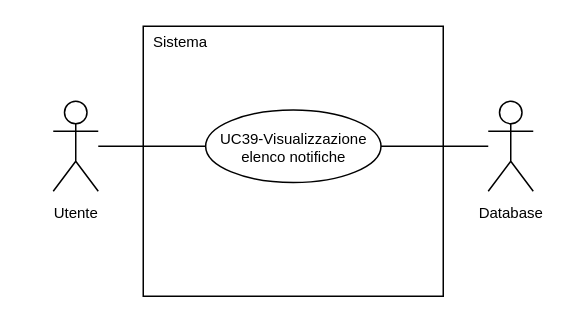
This is 2-RTB/Documenti_esterni/Analisi_dei_requisiti/draw.io/UC39.drawio from SnakeByteTeam/snakebyteteam.github.io, a draw.io file, before an edit. Source tidied: cells renumbered, new cells numbered last; positions are measured from the earlier drawing's top-left corner, leaving out a move shared by most shapes. Both pictures are drawn from the tidied source at 150%, with x=0, y=0 at pixel (52, 26).
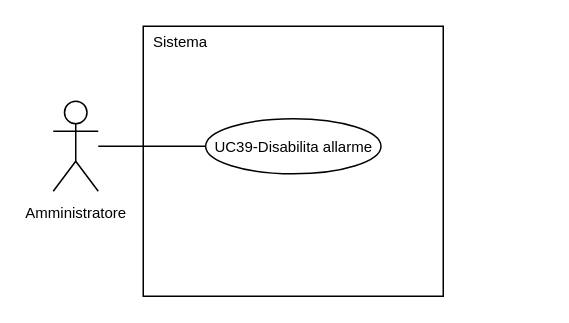
Above is the later version.

Change to the diagram source:
```diff
@@
 <mxGraphModel>
   <root>
     <mxCell id="0" />
     <mxCell id="1" parent="0" />
-    <mxCell id="2" value="&lt;font style=&quot;font-size: 10px; line-height: 100%;&quot;&gt;Utente&lt;/font&gt;" style="shape=umlActor;verticalLabelPosition=bottom;verticalAlign=top;html=1;outlineConnect=0;" parent="1" vertex="1">
+    <mxCell id="2" value="&lt;font style=&quot;font-size: 10px; line-height: 100%;&quot;&gt;Amministratore&lt;/font&gt;" style="shape=umlActor;verticalLabelPosition=bottom;verticalAlign=top;html=1;outlineConnect=0;" parent="1" vertex="1">
       <mxGeometry y="50" width="30" height="60" as="geometry" />
     </mxCell>
     <mxCell id="3" style="rounded=0;whiteSpace=wrap;html=1;" parent="1" vertex="1">
       <mxGeometry x="60" width="200" height="180" as="geometry" />
     </mxCell>
     <mxCell id="4" style="edgeStyle=orthogonalEdgeStyle;rounded=0;jettySize=auto;html=1;exitX=0;exitY=0.5;exitDx=0;exitDy=0;endArrow=none;endFill=0;" parent="1" edge="1" source="5" target="2">
       <mxGeometry relative="1" as="geometry" />
     </mxCell>
-    <mxCell id="5" value="&lt;div style=&quot;line-height: 100%;&quot;&gt;&lt;font style=&quot;line-height: 100%; font-size: 10px;&quot;&gt;UC39-Visualizzazione&lt;/font&gt;&lt;/div&gt;&lt;div style=&quot;line-height: 100%;&quot;&gt;&lt;font style=&quot;line-height: 100%; font-size: 10px;&quot;&gt;elenco notifiche&lt;/font&gt;&lt;/div&gt;" style="ellipse;whiteSpace=wrap;html=1;" parent="1" vertex="1">
-      <mxGeometry x="101.6" y="55.8" width="116.9" height="48.4" as="geometry" />
+    <mxCell id="5" value="&lt;div style=&quot;line-height: 100%;&quot;&gt;&lt;font style=&quot;line-height: 100%; font-size: 10px;&quot;&gt;UC39-Disabilita&amp;nbsp;&lt;/font&gt;&lt;span style=&quot;font-size: 10px; background-color: transparent; color: light-dark(rgb(0, 0, 0), rgb(255, 255, 255));&quot;&gt;allarme&lt;/span&gt;&lt;/div&gt;" style="ellipse;whiteSpace=wrap;html=1;" parent="1" vertex="1">
+      <mxGeometry x="101.6" y="61.6" width="116.9" height="36.8" as="geometry" />
     </mxCell>
     <mxCell id="6" value="&lt;font style=&quot;font-size: 10px;&quot;&gt;Sistema&lt;/font&gt;" style="text;html=1;whiteSpace=wrap;strokeColor=none;fillColor=none;align=center;verticalAlign=middle;rounded=0;" parent="1" vertex="1">
       <mxGeometry x="60" width="50" height="20" as="geometry" />
     </mxCell>
-    <mxCell id="7" style="rounded=0;jettySize=auto;html=1;entryX=1;entryY=0.5;entryDx=0;entryDy=0;endArrow=none;endFill=0;" parent="1" edge="1" source="8" target="5">
-      <mxGeometry relative="1" as="geometry" />
-    </mxCell>
-    <mxCell id="8" value="&lt;font style=&quot;font-size: 10px; line-height: 100%;&quot;&gt;Database&lt;/font&gt;" style="shape=umlActor;verticalLabelPosition=bottom;verticalAlign=top;html=1;outlineConnect=0;" parent="1" vertex="1">
-      <mxGeometry x="290" y="50" width="30" height="60" as="geometry" />
-    </mxCell>
   </root>
 </mxGraphModel>
```
